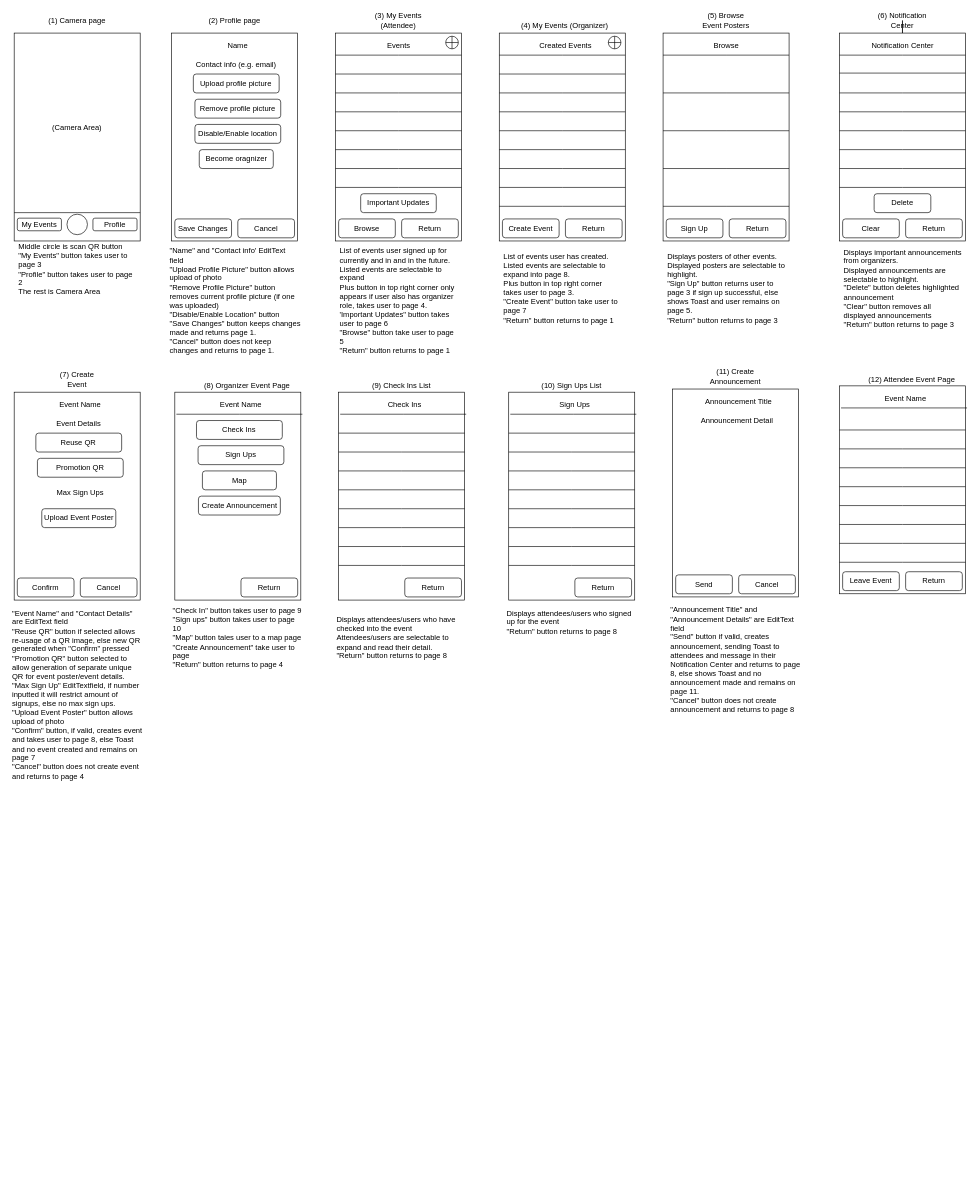
Earlier version of the draw.io diagram UI_Mockup.drawio (CMPUT301W24T20/Lins-Second-Strongest-Students). Source tidied: cells renumbered, new cells numbered last; positions are measured from the earlier drawing's top-left corner, leaving out a move shared by most shapes. Both pictures are drawn from the tidied source at 63%, with x=0, y=0 at pixel (-27, 11).
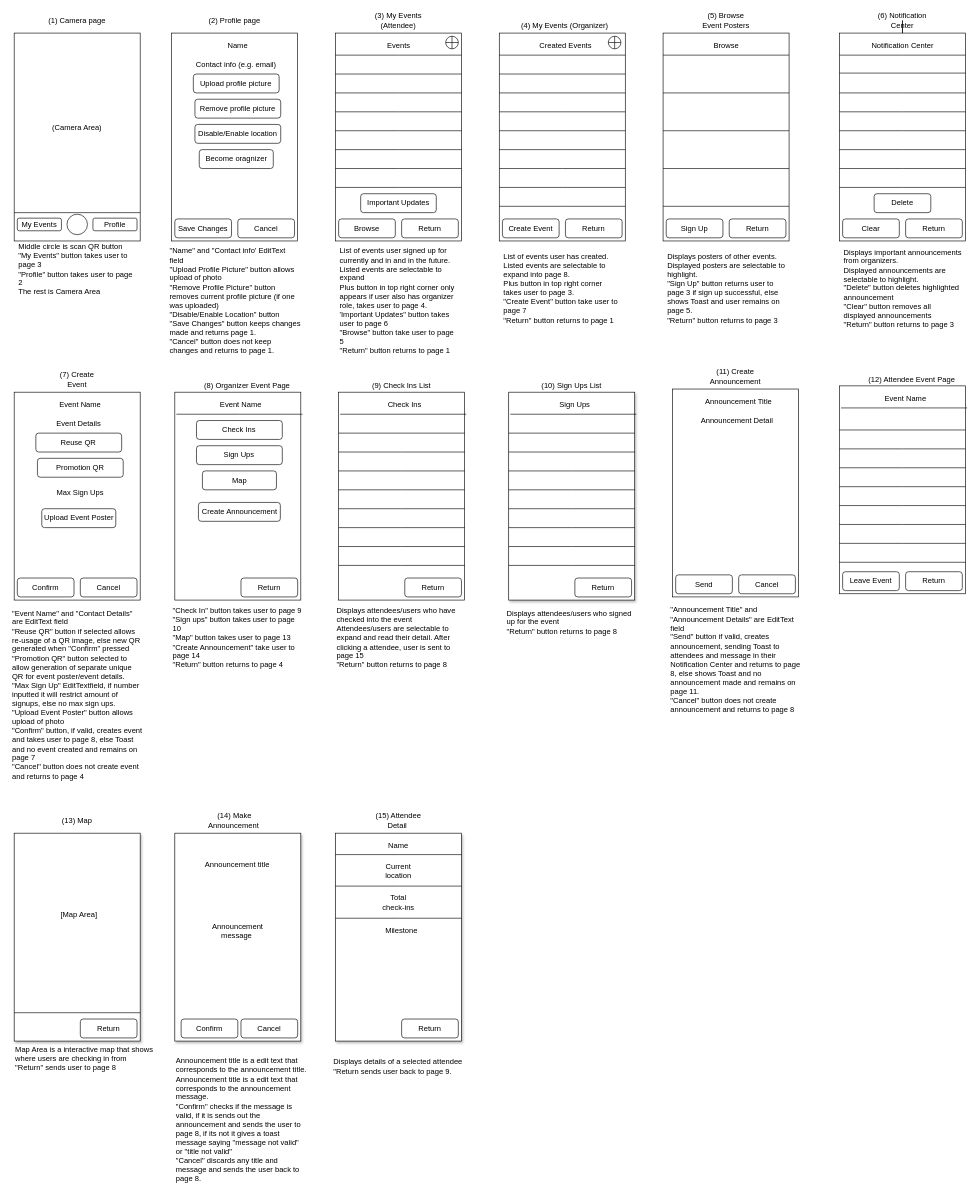
The same diagram, later.

What changed in the source:
```diff
@@
-    <mxCell id="97" value="&quot;Check In&quot; button takes user to page 9&lt;br&gt;&quot;Sign ups&quot; button takes user to page 10&lt;br&gt;&quot;Map&quot; button tales user to a map page&lt;br&gt;&quot;Create Announcement&quot; take user to page&lt;br&gt;&lt;span style=&quot;background-color: initial;&quot;&gt;&quot;Return&quot; button returns to page 4&lt;br&gt;&lt;/span&gt;" style="text;html=1;align=left;verticalAlign=middle;whiteSpace=wrap;rounded=0;" parent="1" vertex="1">
+    <mxCell id="97" value="&quot;Check In&quot; button takes user to page 9&lt;br&gt;&quot;Sign ups&quot; button takes user to page 10&lt;br&gt;&quot;Map&quot; button takes user to page 13&lt;br&gt;&quot;Create Announcement&quot; take user to page 14&lt;br&gt;&lt;span style=&quot;background-color: initial;&quot;&gt;&quot;Return&quot; button returns to page 4&lt;br&gt;&lt;/span&gt;" style="text;html=1;align=left;verticalAlign=middle;whiteSpace=wrap;rounded=0;" parent="1" vertex="1">
       <mxGeometry x="315" y="940" width="210" height="110" as="geometry" />
     </mxCell>
@@
     <mxCell id="99" value="Create Announcement" style="rounded=1;whiteSpace=wrap;html=1;" parent="1" vertex="1">
-      <mxGeometry x="357.5" y="770" width="130" height="30" as="geometry" />
+      <mxGeometry x="357.5" y="780" width="130" height="30" as="geometry" />
     </mxCell>
@@
     <mxCell id="101" value="Sign Ups" style="rounded=1;whiteSpace=wrap;html=1;" parent="1" vertex="1">
-      <mxGeometry x="356.9" y="690" width="136.2" height="30" as="geometry" />
+      <mxGeometry x="354.4" y="690" width="136.2" height="30" as="geometry" />
     </mxCell>
@@
-    <mxCell id="106" value="Displays attendees/users who have checked into the event&lt;br&gt;Attendees/users are selectable to expand and read their detail.&lt;br&gt;&lt;span style=&quot;background-color: initial;&quot;&gt;&quot;Return&quot; button returns to page 8&lt;br&gt;&lt;/span&gt;" style="text;html=1;align=left;verticalAlign=middle;whiteSpace=wrap;rounded=0;" parent="1" vertex="1">
+    <mxCell id="106" value="Displays attendees/users who have checked into the event&lt;br&gt;Attendees/users are selectable to expand and read their detail. After clicking a attendee, user is sent to page 15&lt;br&gt;&lt;span style=&quot;background-color: initial;&quot;&gt;&quot;Return&quot; button returns to page 8&lt;br&gt;&lt;/span&gt;" style="text;html=1;align=left;verticalAlign=middle;whiteSpace=wrap;rounded=0;" parent="1" vertex="1">
       <mxGeometry x="575" y="940" width="210" height="110" as="geometry" />
     </mxCell>
@@
-    <mxCell id="118" style="rounded=0;whiteSpace=wrap;html=1;rotation=90;" parent="1" vertex="1">
+    <mxCell id="118" style="rounded=0;whiteSpace=wrap;html=1;rotation=90;shadow=1;" parent="1" vertex="1">
       <mxGeometry x="785" y="670" width="330" height="200" as="geometry" />
     </mxCell>
@@
+    <mxCell id="152" style="rounded=0;whiteSpace=wrap;html=1;rotation=90;shadow=1;" parent="1" vertex="1">
+      <mxGeometry y="1370" width="330" height="200" as="geometry" />
+    </mxCell>
+    <mxCell id="153" value="(13) Map" style="text;html=1;align=center;verticalAlign=middle;whiteSpace=wrap;rounded=0;" parent="1" vertex="1">
+      <mxGeometry x="120" y="1270" width="90" height="30" as="geometry" />
+    </mxCell>
+    <mxCell id="154" value="Return" style="rounded=1;whiteSpace=wrap;html=1;" parent="1" vertex="1">
+      <mxGeometry x="170" y="1600" width="90" height="30" as="geometry" />
+    </mxCell>
+    <mxCell id="155" style="endArrow=none;html=1;rounded=0;" parent="1" edge="1">
+      <mxGeometry relative="1" as="geometry">
+        <mxPoint x="65" y="1590" as="sourcePoint" />
+        <mxPoint x="265" y="1590" as="targetPoint" />
+        <Array as="points">
+          <mxPoint x="165" y="1590" />
+        </Array>
+      </mxGeometry>
+    </mxCell>
+    <mxCell id="156" value="[Map Area]" style="text;html=1;align=center;verticalAlign=middle;whiteSpace=wrap;rounded=0;" parent="1" vertex="1">
+      <mxGeometry x="127.5" y="1420" width="80" height="30" as="geometry" />
+    </mxCell>
+    <mxCell id="157" value="Map Area is a interactive map that shows&lt;br&gt;where users are checking in from&lt;br&gt;&quot;Return&quot; sends user to page 8" style="text;html=1;align=left;verticalAlign=middle;strokeColor=none;fillColor=none;" parent="1" vertex="1">
+      <mxGeometry x="65" y="1633" width="240" height="60" as="geometry" />
+    </mxCell>
+    <mxCell id="158" style="rounded=0;whiteSpace=wrap;html=1;rotation=90;shadow=1;" parent="1" vertex="1">
+      <mxGeometry x="255" y="1370" width="330" height="200" as="geometry" />
+    </mxCell>
+    <mxCell id="159" value="(14) Make Announcement&amp;nbsp;" style="text;html=1;align=center;verticalAlign=middle;whiteSpace=wrap;rounded=0;" parent="1" vertex="1">
+      <mxGeometry x="370" y="1270" width="90" height="30" as="geometry" />
+    </mxCell>
+    <mxCell id="160" value="Cancel" style="rounded=1;whiteSpace=wrap;html=1;" parent="1" vertex="1">
+      <mxGeometry x="425" y="1600" width="90" height="30" as="geometry" />
+    </mxCell>
+    <mxCell id="161" value="Confirm" style="rounded=1;whiteSpace=wrap;html=1;" parent="1" vertex="1">
+      <mxGeometry x="330" y="1600" width="90" height="30" as="geometry" />
+    </mxCell>
+    <mxCell id="162" value="Announcement title&amp;nbsp;" style="text;html=1;align=center;verticalAlign=middle;whiteSpace=wrap;rounded=0;" parent="1" vertex="1">
+      <mxGeometry x="351.9" y="1340" width="138.1" height="30" as="geometry" />
+    </mxCell>
+    <mxCell id="163" value="Announcement message&amp;nbsp;" style="text;html=1;align=center;verticalAlign=middle;whiteSpace=wrap;rounded=0;" parent="1" vertex="1">
+      <mxGeometry x="350.9" y="1390" width="138.1" height="140" as="geometry" />
+    </mxCell>
+    <mxCell id="164" value="Announcement title is a edit text that corresponds to the announcement title.&lt;br&gt;Announcement title is a edit text that corresponds to the announcement message.&lt;br&gt;&quot;Confirm&quot; checks if the message is valid, if it is sends out the announcement and sends the user to page 8, if its not it gives a toast message saying &quot;message not valid&quot; or &quot;title not valid&quot;&lt;br&gt;&quot;Cancel&quot; discards any title and message and sends the user back to page 8." style="text;html=1;align=left;verticalAlign=middle;whiteSpace=wrap;rounded=0;" parent="1" vertex="1">
+      <mxGeometry x="320" y="1650" width="210" height="220" as="geometry" />
+    </mxCell>
+    <mxCell id="165" style="rounded=0;whiteSpace=wrap;html=1;rotation=90;shadow=1;" parent="1" vertex="1">
+      <mxGeometry x="510" y="1370" width="330" height="200" as="geometry" />
+    </mxCell>
+    <mxCell id="166" value="Displays details of a selected attendee&lt;br&gt;&quot;Return sends user back to page 9." style="text;html=1;align=left;verticalAlign=middle;whiteSpace=wrap;rounded=0;" parent="1" vertex="1">
+      <mxGeometry x="570" y="1650" width="210" height="50" as="geometry" />
+    </mxCell>
+    <mxCell id="167" value="(15) Attendee Detail&amp;nbsp;" style="text;html=1;align=center;verticalAlign=middle;whiteSpace=wrap;rounded=0;" parent="1" vertex="1">
+      <mxGeometry x="630" y="1270" width="90" height="30" as="geometry" />
+    </mxCell>
+    <mxCell id="168" value="Return" style="rounded=1;whiteSpace=wrap;html=1;" parent="1" vertex="1">
+      <mxGeometry x="680" y="1600" width="90" height="30" as="geometry" />
+    </mxCell>
+    <mxCell id="169" value="Name" style="text;html=1;align=center;verticalAlign=middle;whiteSpace=wrap;rounded=0;" parent="1" vertex="1">
+      <mxGeometry x="645" y="1310" width="60" height="30" as="geometry" />
+    </mxCell>
+    <mxCell id="170" value="Current location" style="text;html=1;align=center;verticalAlign=middle;whiteSpace=wrap;rounded=0;" parent="1" vertex="1">
+      <mxGeometry x="645" y="1350" width="60" height="30" as="geometry" />
+    </mxCell>
+    <mxCell id="171" style="endArrow=none;html=1;rounded=0;" parent="1" edge="1">
+      <mxGeometry relative="1" as="geometry">
+        <mxPoint x="575" y="1339" as="sourcePoint" />
+        <mxPoint x="775" y="1339" as="targetPoint" />
+        <Array as="points">
+          <mxPoint x="675" y="1339" />
+        </Array>
+      </mxGeometry>
+    </mxCell>
+    <mxCell id="172" value="Total check-ins" style="text;html=1;align=center;verticalAlign=middle;whiteSpace=wrap;rounded=0;" parent="1" vertex="1">
+      <mxGeometry x="645" y="1400" width="60" height="30" as="geometry" />
+    </mxCell>
+    <mxCell id="173" style="endArrow=none;html=1;rounded=0;" parent="1" edge="1">
+      <mxGeometry relative="1" as="geometry">
+        <mxPoint x="575" y="1389" as="sourcePoint" />
+        <mxPoint x="775" y="1389" as="targetPoint" />
+        <Array as="points">
+          <mxPoint x="675" y="1389" />
+        </Array>
+      </mxGeometry>
+    </mxCell>
+    <mxCell id="174" style="endArrow=none;html=1;rounded=0;" parent="1" edge="1">
+      <mxGeometry relative="1" as="geometry">
+        <mxPoint x="575" y="1440" as="sourcePoint" />
+        <mxPoint x="775" y="1440" as="targetPoint" />
+        <Array as="points">
+          <mxPoint x="675" y="1440" />
+        </Array>
+      </mxGeometry>
+    </mxCell>
+    <mxCell id="175" value="Milestone" style="text;html=1;align=center;verticalAlign=middle;whiteSpace=wrap;rounded=0;" parent="1" vertex="1">
+      <mxGeometry x="650" y="1445" width="60" height="30" as="geometry" />
+    </mxCell>
```
